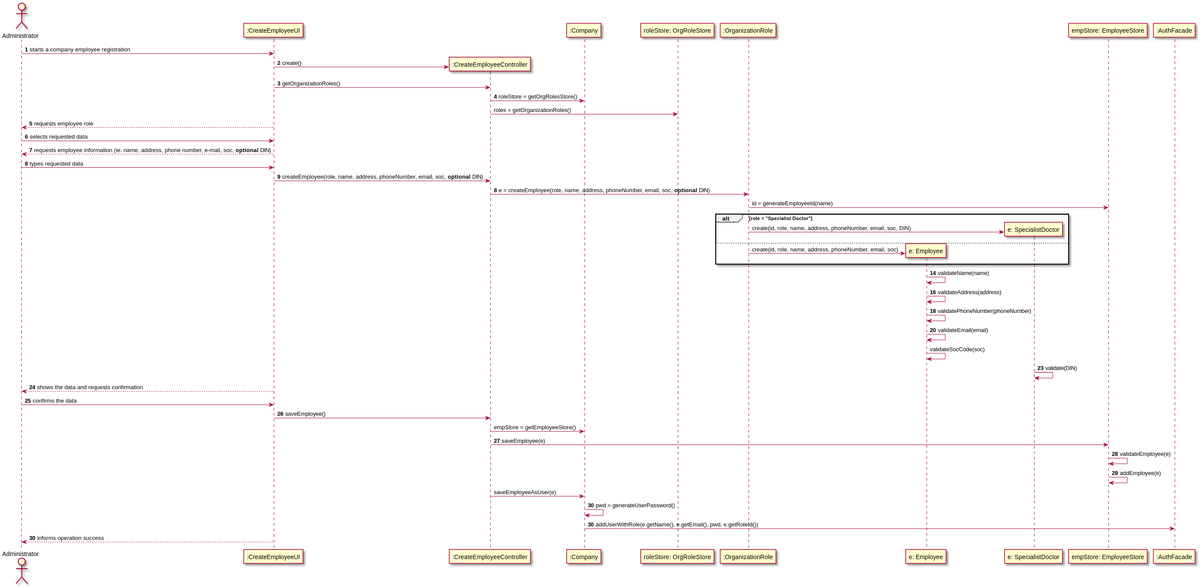
The PlantUML diagram docs/SprintB/US7/US7_SD.svg in MadDinosaur/ISEP-LAPR2, before a commit. The source it was exported from:
```plantuml
@startuml
actor Administrator as admin
participant ":CreateEmployeeUI" as ui
participant ":CreateEmployeeController" as controller
participant ":Company" as company
participant "roleStore: OrgRoleStore" as ors
participant ":OrganizationRole" as role
participant "e: Employee" as employee
participant "e: SpecialistDoctor" as sd
participant "empStore: EmployeeStore" as es
participant ":AuthFacade" as auth


admin -> ui : **1** starts a company employee registration
create controller
ui -> controller : **2** create()
ui -> controller : **3** getOrganizationRoles()
controller -> company : **4** roleStore = getOrgRolesStore()
controller -> ors : roles = getOrganizationRoles()
ui --> admin : **5** requests employee role
admin -> ui : **6** selects requested data
ui --> admin : **7** requests employee information (ie. name, address, phone number, e-mail, soc, **optional** DIN)
admin -> ui : **8** types requested data
ui -> controller : **9** createEmployee(role, name, address, phoneNumber, email, soc, **optional** DIN)
controller -> role : **8** e = createEmployee(role, name, address, phoneNumber, email, soc, **optional** DIN)
role -> es : id = generateEmployeeId(name)
alt role = "Specialist Doctor"
create sd
role -> sd : create(id, role, name, address, phoneNumber, email, soc, DIN)
else
create employee
role -> employee : create(id, role, name, address, phoneNumber, email, soc)
end
employee -> employee : **14** validateName(name)
employee -> employee : **16** validateAddress(address)
employee -> employee : **18** validatePhoneNumber(phoneNumber)
employee -> employee : **20** validateEmail(email)
employee -> employee : validateSocCode(soc)
sd -> sd : **23** validate(DIN)
ui --> admin : **24** shows the data and requests confirmation
admin -> ui : **25** confirms the data
ui -> controller : **26** saveEmployee()
controller -> company : empStore = getEmployeeStore()
controller -> es : **27** saveEmployee(e)
es -> es : **28** validateEmployee(e)
es -> es : **29** addEmployee(e)
controller -> company : saveEmployeeAsUser(e)
company -> company : **30** pwd = generateUserPassword()
company -> auth : **30** addUserWithRole(e.getName(), e.getEmail(), pwd, e.getRoleId())
ui --> admin : **30** informs operation success


@enduml
```
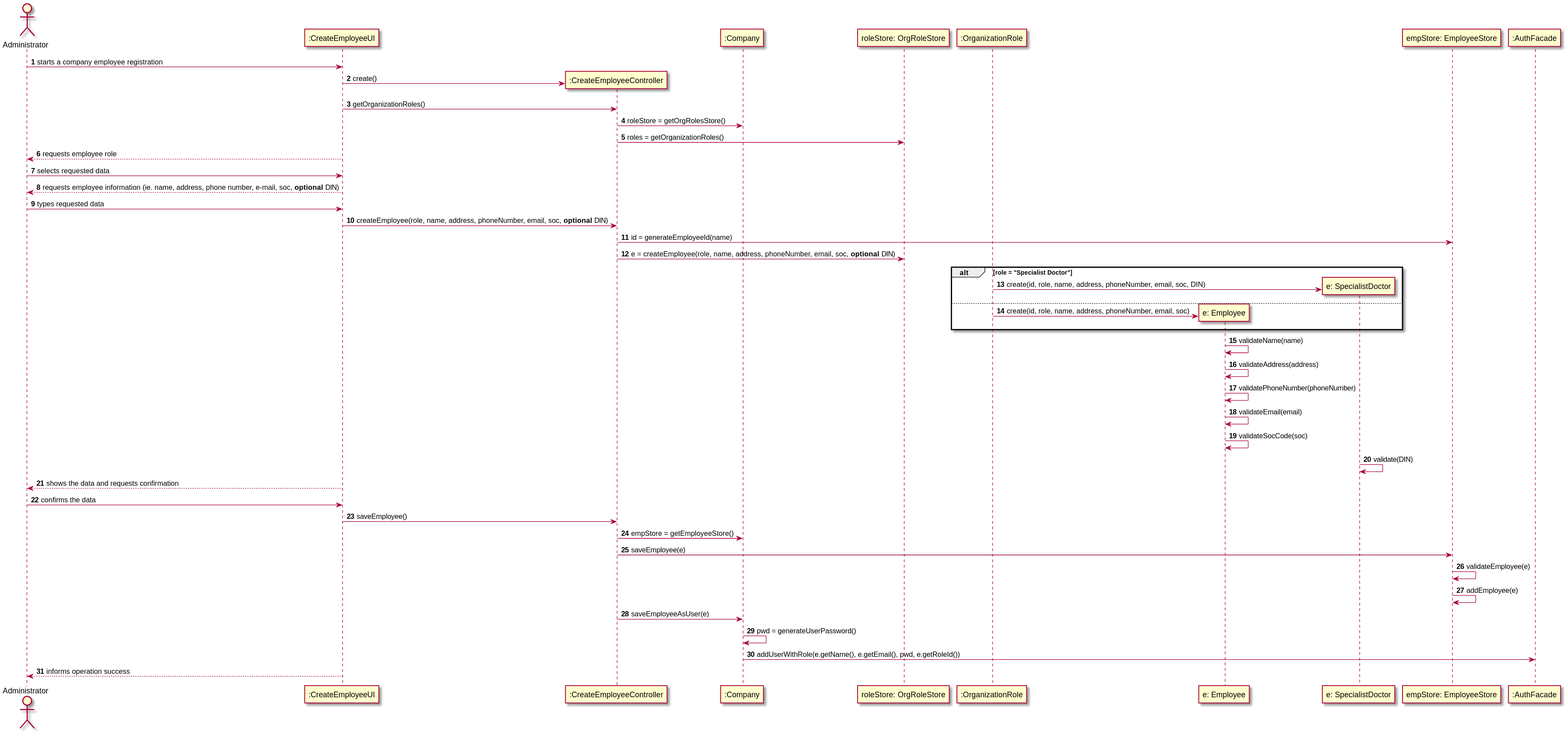
After the change.

What changed in the source:
```diff
@@ -16,38 +16,38 @@
 ui -> controller : **2** create()
 ui -> controller : **3** getOrganizationRoles()
 controller -> company : **4** roleStore = getOrgRolesStore()
-controller -> ors : roles = getOrganizationRoles()
-ui --> admin : **5** requests employee role
-admin -> ui : **6** selects requested data
-ui --> admin : **7** requests employee information (ie. name, address, phone number, e-mail, soc, **optional** DIN)
-admin -> ui : **8** types requested data
-ui -> controller : **9** createEmployee(role, name, address, phoneNumber, email, soc, **optional** DIN)
-controller -> role : **8** e = createEmployee(role, name, address, phoneNumber, email, soc, **optional** DIN)
-role -> es : id = generateEmployeeId(name)
+controller -> ors : **5** roles = getOrganizationRoles()
+ui --> admin : **6** requests employee role
+admin -> ui : **7** selects requested data
+ui --> admin : **8** requests employee information (ie. name, address, phone number, e-mail, soc, **optional** DIN)
+admin -> ui : **9** types requested data
+ui -> controller : **10** createEmployee(role, name, address, phoneNumber, email, soc, **optional** DIN)
+controller -> es : **11** id = generateEmployeeId(name)
+controller -> ors : **12** e = createEmployee(role, name, address, phoneNumber, email, soc, **optional** DIN)
 alt role = "Specialist Doctor"
 create sd
-role -> sd : create(id, role, name, address, phoneNumber, email, soc, DIN)
+role -> sd : **13** create(id, role, name, address, phoneNumber, email, soc, DIN)
 else
 create employee
-role -> employee : create(id, role, name, address, phoneNumber, email, soc)
+role -> employee : **14** create(id, role, name, address, phoneNumber, email, soc)
 end
-employee -> employee : **14** validateName(name)
+employee -> employee : **15** validateName(name)
 employee -> employee : **16** validateAddress(address)
-employee -> employee : **18** validatePhoneNumber(phoneNumber)
-employee -> employee : **20** validateEmail(email)
-employee -> employee : validateSocCode(soc)
-sd -> sd : **23** validate(DIN)
-ui --> admin : **24** shows the data and requests confirmation
-admin -> ui : **25** confirms the data
-ui -> controller : **26** saveEmployee()
-controller -> company : empStore = getEmployeeStore()
-controller -> es : **27** saveEmployee(e)
-es -> es : **28** validateEmployee(e)
-es -> es : **29** addEmployee(e)
-controller -> company : saveEmployeeAsUser(e)
-company -> company : **30** pwd = generateUserPassword()
+employee -> employee : **17** validatePhoneNumber(phoneNumber)
+employee -> employee : **18** validateEmail(email)
+employee -> employee : **19** validateSocCode(soc)
+sd -> sd : **20** validate(DIN)
+ui --> admin : **21** shows the data and requests confirmation
+admin -> ui : **22** confirms the data
+ui -> controller : **23** saveEmployee()
+controller -> company : **24** empStore = getEmployeeStore()
+controller -> es : **25** saveEmployee(e)
+es -> es : **26** validateEmployee(e)
+es -> es : **27** addEmployee(e)
+controller -> company : **28** saveEmployeeAsUser(e)
+company -> company : **29** pwd = generateUserPassword()
 company -> auth : **30** addUserWithRole(e.getName(), e.getEmail(), pwd, e.getRoleId())
-ui --> admin : **30** informs operation success
+ui --> admin : **31** informs operation success
 
 
 @enduml
```
